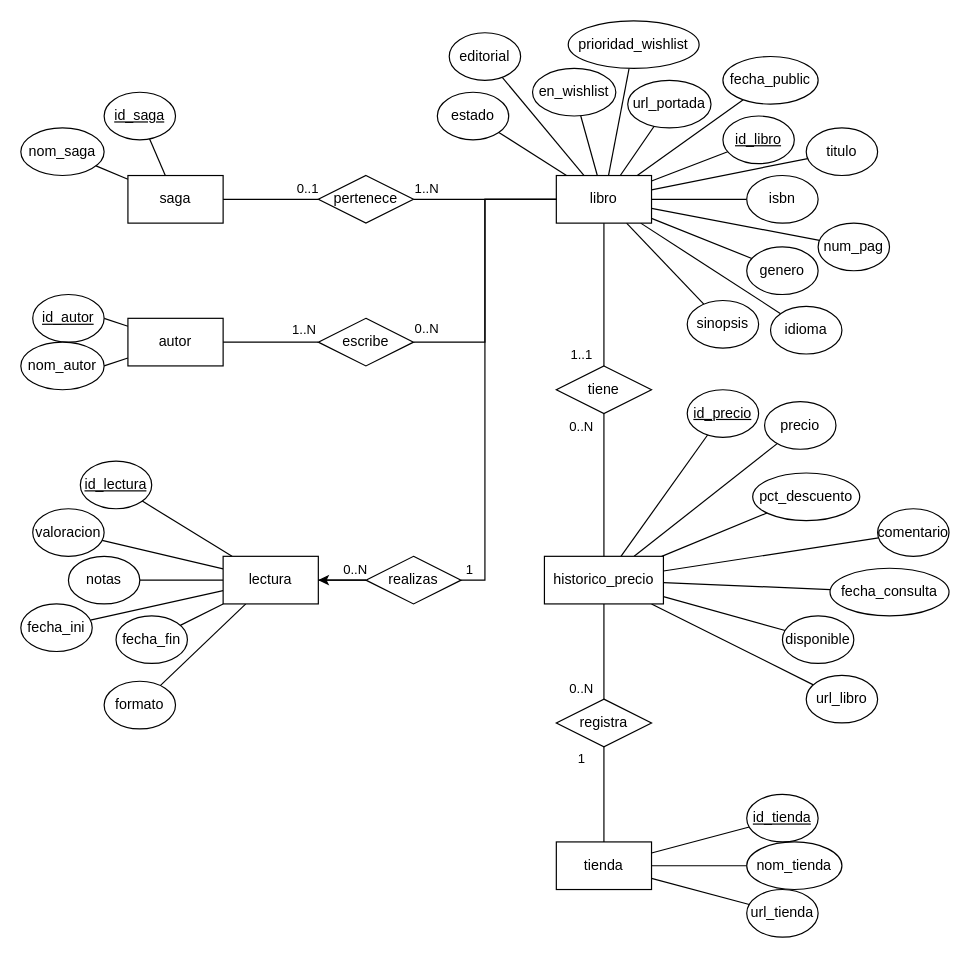
Before: planning/diagrams/Entidad relacion.drawio in sandraqiao/TFG, a draw.io diagram. Source tidied: cells renumbered, new cells numbered last; positions are measured from the earlier drawing's top-left corner, leaving out a move shared by most shapes. Both pictures are drawn from the tidied source at 119%, with x=0, y=0 at pixel (20, 20).
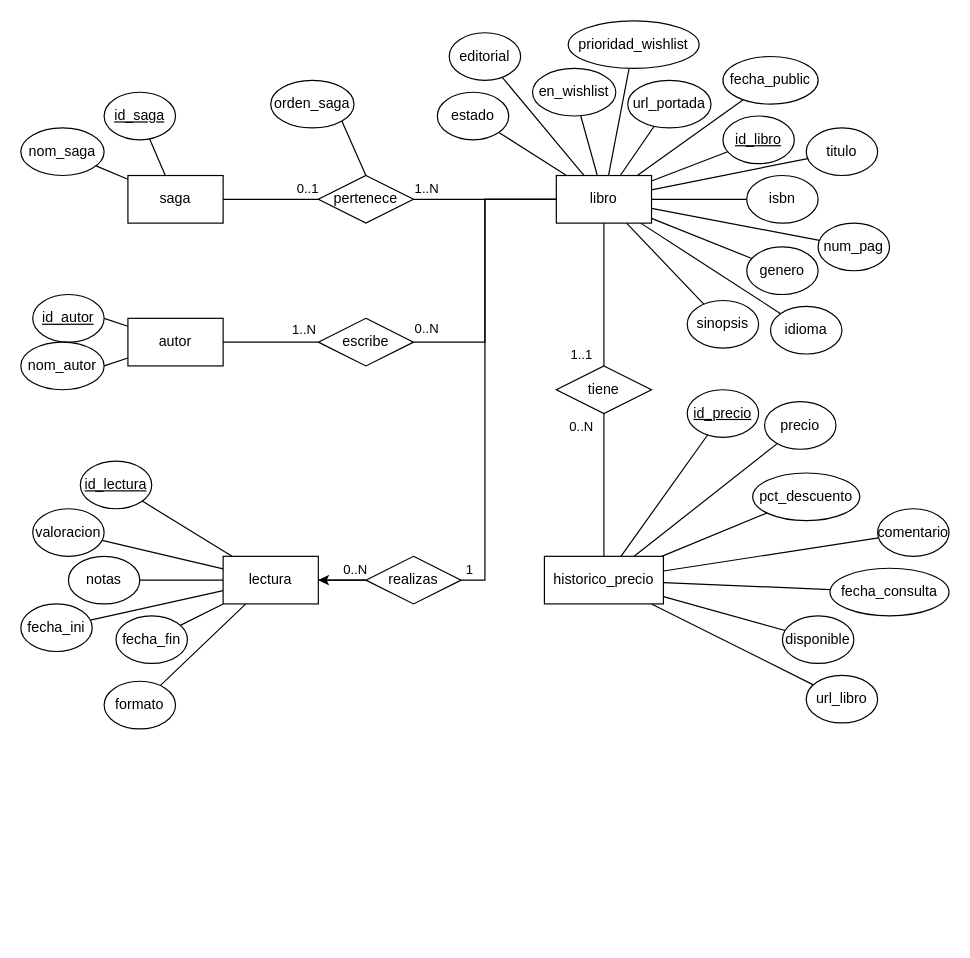
Above is the later version.

Commit message:
orden_saga añadido

Unchanged cells that the change refers to:
```xml
<mxCell id="39" value="historico_precio" style="rounded=0;whiteSpace=wrap;html=1;" parent="1" vertex="1">
  <mxGeometry x="440" y="450" width="100" height="40" as="geometry" />
</mxCell>
<mxCell id="78" value="pertenece" style="rhombus;whiteSpace=wrap;html=1;" parent="1" vertex="1">
  <mxGeometry x="250" y="130" width="80" height="40" as="geometry" />
</mxCell>
```

What changed in the source:
```diff
@@
-    <mxCell id="40" style="rounded=0;jettySize=auto;html=1;endArrow=none;endFill=0;" parent="1" edge="1" source="43" target="50">
-      <mxGeometry relative="1" as="geometry" />
-    </mxCell>
-    <mxCell id="41" style="rounded=0;jettySize=auto;html=1;endArrow=none;endFill=0;" parent="1" edge="1" source="43" target="51">
-      <mxGeometry relative="1" as="geometry" />
-    </mxCell>
-    <mxCell id="42" style="rounded=0;jettySize=auto;html=1;endArrow=none;endFill=0;" parent="1" edge="1" source="43" target="68">
-      <mxGeometry relative="1" as="geometry" />
-    </mxCell>
-    <mxCell id="43" value="tienda" style="rounded=0;whiteSpace=wrap;html=1;" parent="1" vertex="1">
-      <mxGeometry x="450" y="690" width="80" height="40" as="geometry" />
-    </mxCell>
@@
-    <mxCell id="50" value="&lt;u&gt;id_tienda&lt;/u&gt;" style="ellipse;whiteSpace=wrap;html=1;" parent="1" vertex="1">
-      <mxGeometry x="610" y="650" width="60" height="40" as="geometry" />
-    </mxCell>
-    <mxCell id="51" value="nom_tienda" style="ellipse;whiteSpace=wrap;html=1;" parent="1" vertex="1">
-      <mxGeometry x="610" y="690" width="80" height="40" as="geometry" />
-    </mxCell>
@@
-    <mxCell id="68" value="url_tienda" style="ellipse;whiteSpace=wrap;html=1;" parent="1" vertex="1">
-      <mxGeometry x="610" y="730" width="60" height="40" as="geometry" />
-    </mxCell>
@@
+    <mxCell id="100" style="rounded=0;jettySize=auto;html=1;exitX=0.5;exitY=0;exitDx=0;exitDy=0;entryX=1;entryY=1;entryDx=0;entryDy=0;defaultLabelBackgroundColor=page;endArrow=none;endFill=0;" parent="1" edge="1" source="78" target="101">
+      <mxGeometry relative="1" as="geometry" />
+    </mxCell>
@@
-    <mxCell id="95" style="edgeStyle=orthogonalEdgeStyle;rounded=0;jettySize=auto;html=1;endArrow=none;endFill=0;" parent="1" edge="1" source="99" target="39">
-      <mxGeometry relative="1" as="geometry" />
-    </mxCell>
-    <mxCell id="96" value="0..N" style="edgeLabel;html=1;align=center;verticalAlign=middle;" parent="95" vertex="1">
-      <mxGeometry x="-0.29" y="1" relative="1" as="geometry">
-        <mxPoint x="-19" y="18" as="offset" />
-      </mxGeometry>
-    </mxCell>
-    <mxCell id="97" style="edgeStyle=orthogonalEdgeStyle;rounded=0;jettySize=auto;html=1;endArrow=none;endFill=0;" parent="1" edge="1" source="99" target="43">
-      <mxGeometry relative="1" as="geometry" />
-    </mxCell>
-    <mxCell id="98" value="1" style="edgeLabel;html=1;align=center;verticalAlign=middle;" parent="97" vertex="1">
-      <mxGeometry x="-0.78" y="1" relative="1" as="geometry">
-        <mxPoint x="-21" as="offset" />
-      </mxGeometry>
-    </mxCell>
-    <mxCell id="99" value="registra" style="rhombus;whiteSpace=wrap;html=1;" parent="1" vertex="1">
-      <mxGeometry x="450" y="570" width="80" height="40" as="geometry" />
-    </mxCell>
+    <mxCell id="101" value="orden_saga" style="ellipse;whiteSpace=wrap;html=1;" parent="1" vertex="1">
+      <mxGeometry x="210" y="50" width="70" height="40" as="geometry" />
+    </mxCell>
```
